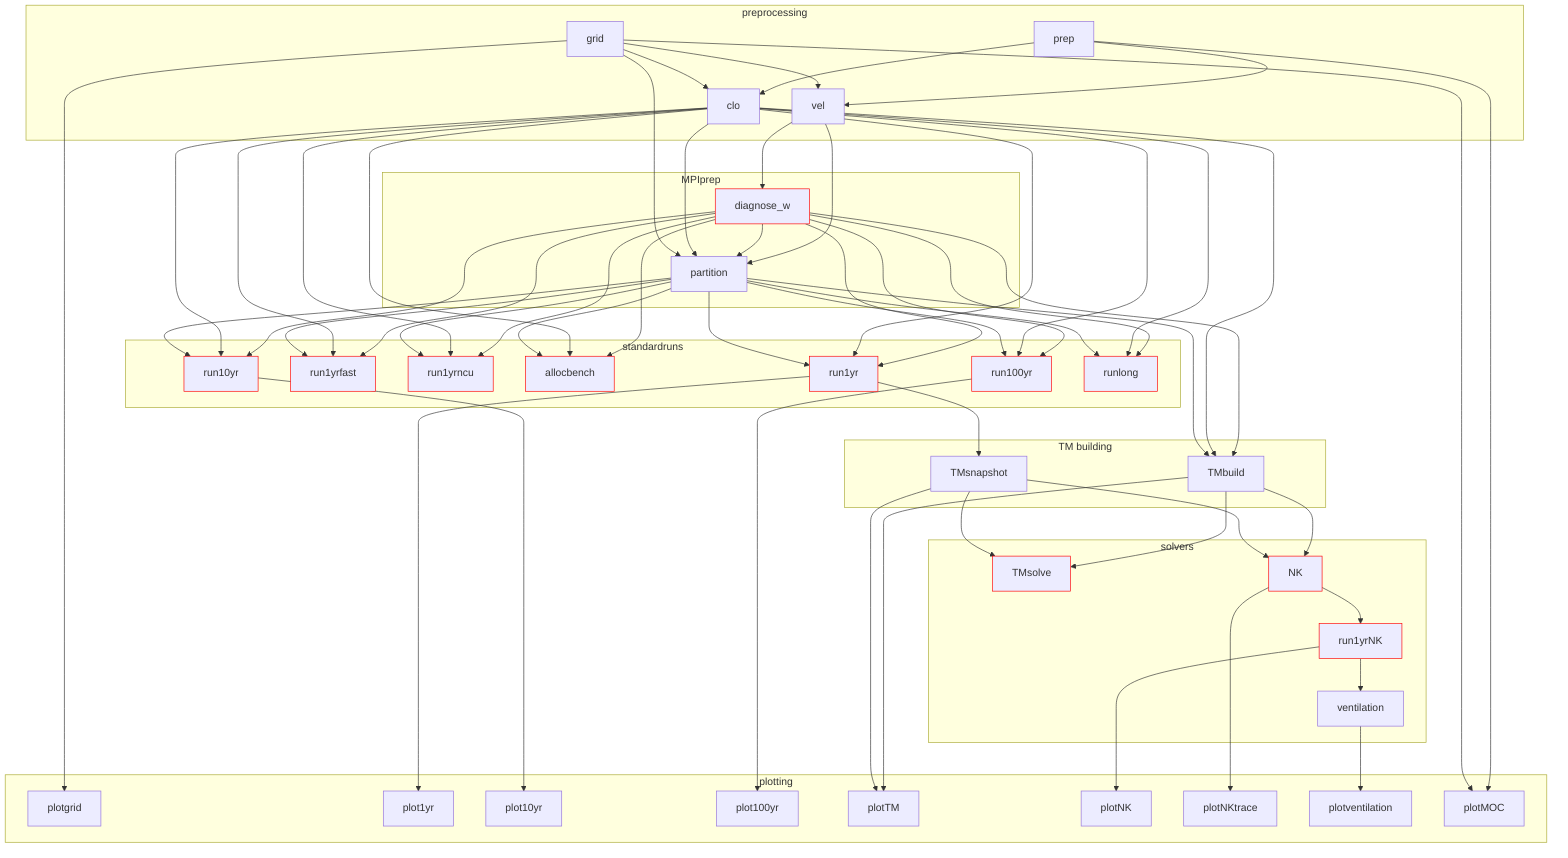
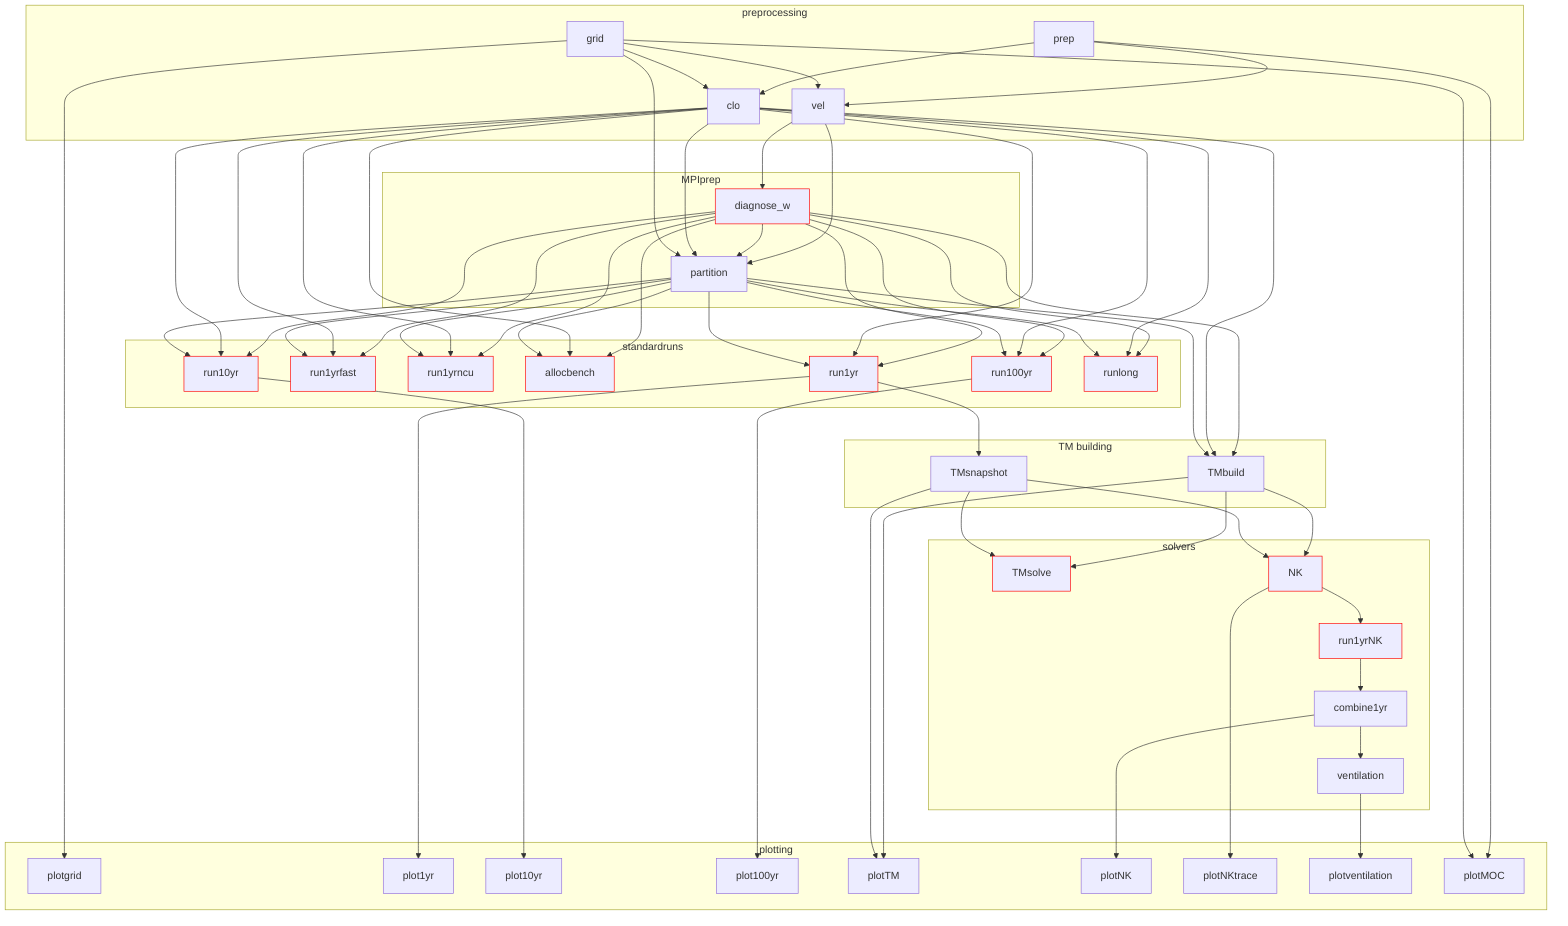
---
config:
  flowchart:
    curve: basis
---
graph TD
    classDef gpu stroke:#f00;
    subgraph preprocessing
        prep & grid & vel & clo
    end
    subgraph MPIprep
        diagnose_w:::gpu & partition
    end
    subgraph standardruns
        run1yr:::gpu & run1yrfast:::gpu & run1yrncu:::gpu & allocbench:::gpu & run10yr:::gpu & run100yr:::gpu & runlong:::gpu
    end
    subgraph TM building
        TMbuild & TMsnapshot
    end
    subgraph solvers
-         TMsolve:::gpu & NK:::gpu & run1yrNK:::gpu & ventilation
+         TMsolve:::gpu & NK:::gpu & run1yrNK:::gpu & combine1yr & ventilation
    end
    subgraph plotting
        plotgrid & plot1yr & plot10yr & plot100yr & plotTM & plotNK & plotNKtrace & plotventilation & plotMOC
    end
    prep & grid --> vel & clo
    vel --> diagnose_w
    vel & diagnose_w & clo & grid --> partition
    diagnose_w & clo --> run1yr & run1yrfast & run1yrncu & allocbench & run10yr & run100yr & runlong & TMbuild
    partition --> run1yr & run1yrfast & run1yrncu & allocbench & run10yr & run100yr & runlong & TMbuild
    run1yr --> TMsnapshot & plot1yr
    run10yr --> plot10yr
    run100yr --> plot100yr
    TMbuild & TMsnapshot --> TMsolve & NK & plotTM
    NK --> run1yrNK & plotNKtrace
-     run1yrNK --> plotNK & ventilation
+     run1yrNK --> combine1yr
+     combine1yr --> plotNK & ventilation
    ventilation --> plotventilation
    grid --> plotgrid
    prep & grid --> plotMOC
